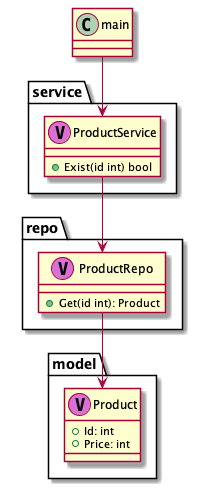
Earlier version of the PlantUML export arch.png (care-1040/di-sample).
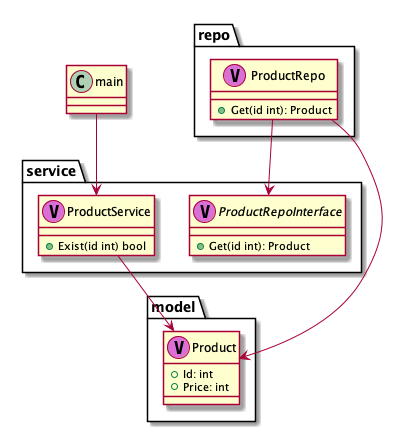
Later version of the same file.

Commit message:
change: interface into service

What changed in the source:
```diff
@@ -16,9 +16,13 @@
     class "ProductService" as service.ProductService <<V,Orchid>> {
         +Exist(id int) bool
     }
+    interface "ProductRepoInterface" as service.ProductRepoInterface <<V,Orchid>> {
+        +Get(id int): Product
+    }
 }
 
 main --> service.ProductService
-service.ProductService --> repo.ProductRepo
+service.ProductService --> model.Product
 repo.ProductRepo --> model.Product
+repo.ProductRepo --> service.ProductRepoInterface
 @enduml
```
